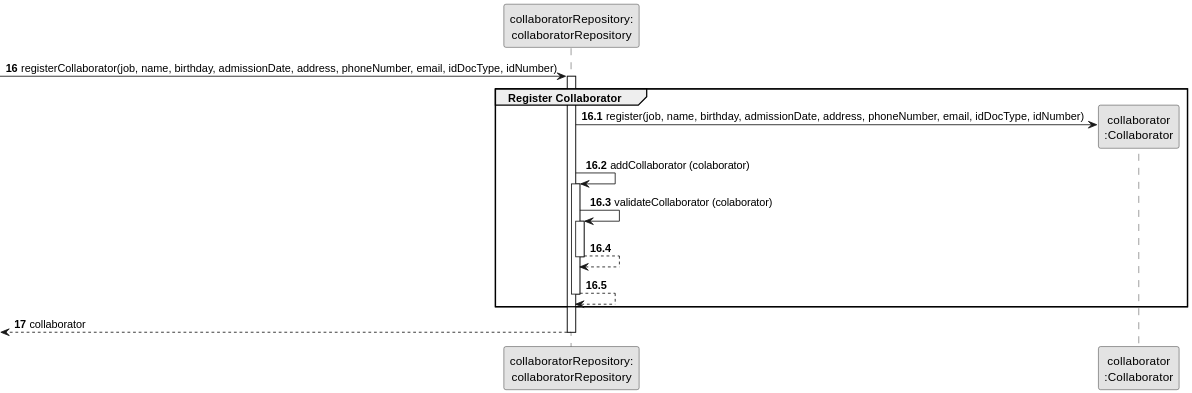
Earlier version of the PlantUML export docs/sprintA&B/us003/03.design/svg/us003-sequence-diagram-partial-register-collaborator.svg (daniel41silva05/ISEP_2023_2024_LAPR2).
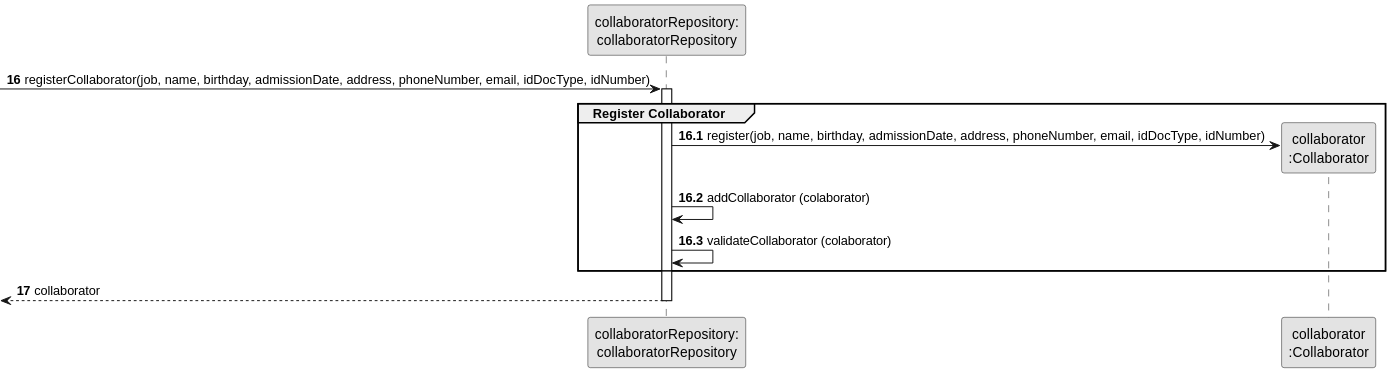
Later version of the same file.

Diff of the diagram source:
```diff
@@ -17,17 +17,8 @@
                 collaboratorRepository -> COLLABORATOR** : register(job, name, birthday, admissionDate, address, phoneNumber, email, idDocType, idNumber)
 
                 collaboratorRepository -> collaboratorRepository: addCollaborator (colaborator)
-                activate collaboratorRepository
 
                 collaboratorRepository -> collaboratorRepository: validateCollaborator (colaborator)
-                activate collaboratorRepository
-
-                collaboratorRepository --> collaboratorRepository
-                deactivate collaboratorRepository
-
-                collaboratorRepository --> collaboratorRepository
-                deactivate collaboratorRepository
-
     end group
 
     autonumber 17
```
